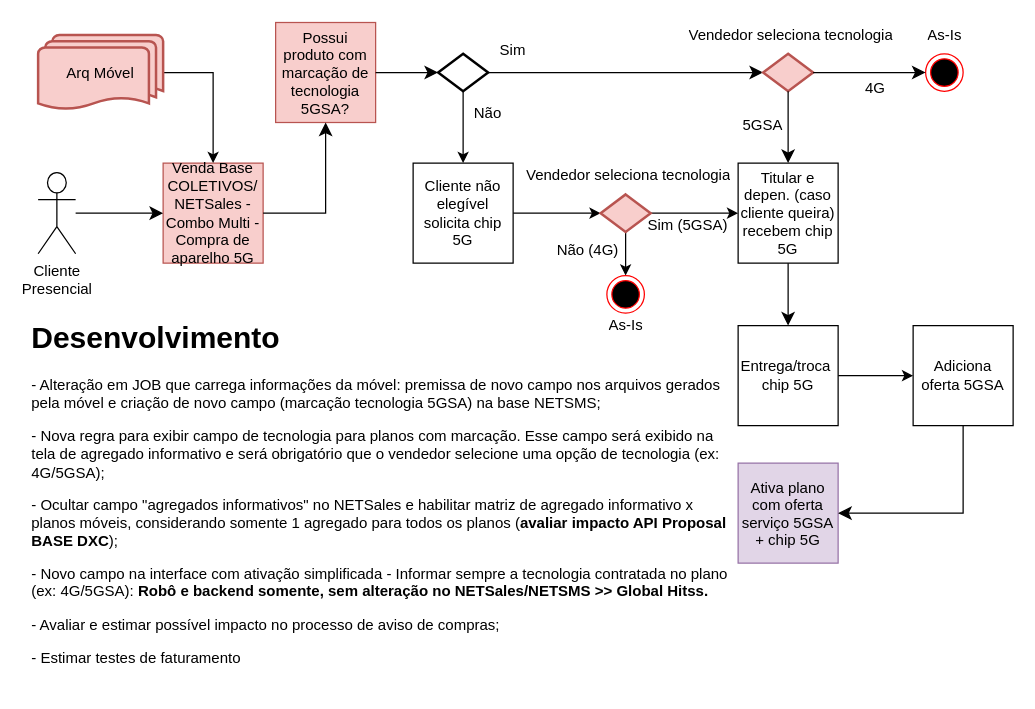
samirali/ClaroBrasil keeps this draw.io diagram as page "Venda Base NETSales" (3 of 4) of 5GSA v3.drawio. Above is the earlier version. Source tidied: cells renumbered, new cells numbered last; positions are measured from the earlier drawing's top-left corner, leaving out a move shared by most shapes. Both pictures are drawn from the tidied source at 125%, with x=0, y=0 at pixel (25, 22).
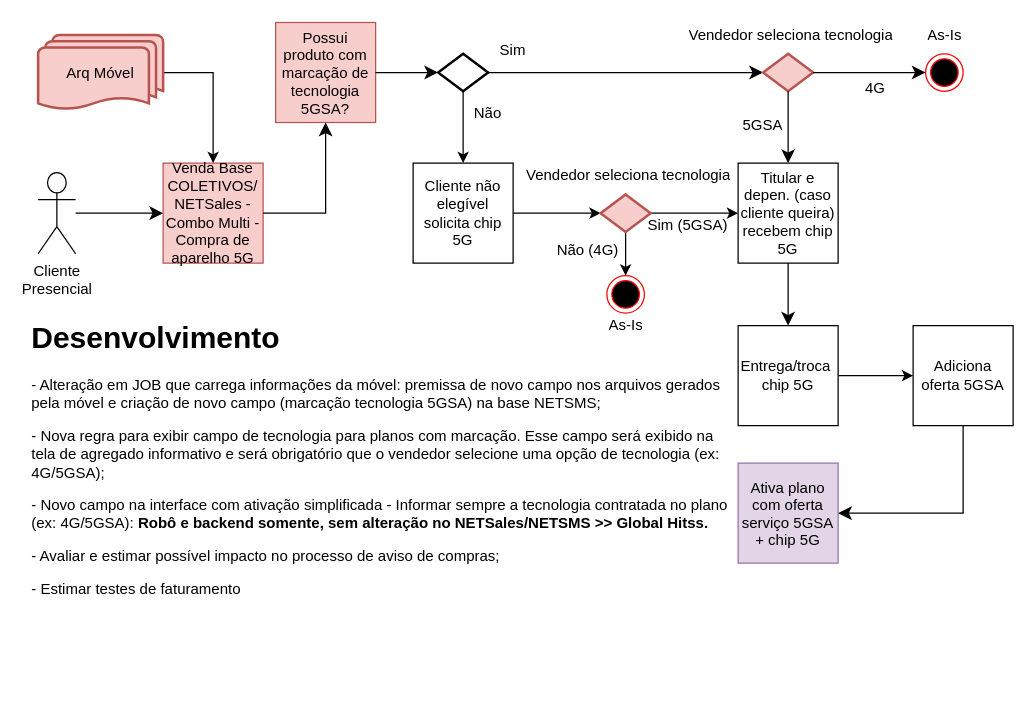
After the change.

Change to the diagram source:
```diff
@@
-    <mxCell id="38" value="&lt;h1&gt;&lt;span style=&quot;background-color: initial;&quot;&gt;&lt;font style=&quot;font-size: 24px;&quot;&gt;Desenvolvimento&lt;/font&gt;&lt;/span&gt;&lt;br&gt;&lt;/h1&gt;&lt;p style=&quot;border-color: var(--border-color);&quot;&gt;- Alteração em JOB que carrega informações da móvel: premissa de novo campo nos arquivos gerados pela móvel e criação de novo campo (marcação tecnologia 5GSA) na base NETSMS;&lt;/p&gt;&lt;p style=&quot;border-color: var(--border-color);&quot;&gt;- Nova regra para exibir campo de tecnologia para planos com marcação. Esse campo será exibido na tela de agregado informativo e será obrigatório que o vendedor selecione uma opção de tecnologia (ex: 4G/5GSA);&lt;/p&gt;&lt;p style=&quot;border-color: var(--border-color);&quot;&gt;- Ocultar campo &quot;agregados informativos&quot; no NETSales e habilitar matriz de agregado informativo x planos móveis, considerando somente 1 agregado para todos os planos (&lt;b&gt;a&lt;/b&gt;&lt;b style=&quot;border-color: var(--border-color);&quot;&gt;valiar impacto API Proposal BASE DXC&lt;/b&gt;);&lt;/p&gt;&lt;p style=&quot;border-color: var(--border-color);&quot;&gt;- Novo campo na interface com ativação simplificada - Informar sempre a tecnologia contratada no plano (ex: 4G/5GSA):&amp;nbsp;&lt;b style=&quot;border-color: var(--border-color); background-color: initial;&quot;&gt;Robô e backend somente, sem alteração no NETSales/NETSMS &amp;gt;&amp;gt; Global Hitss.&lt;/b&gt;&lt;br style=&quot;border-color: var(--border-color);&quot;&gt;&lt;/p&gt;&lt;p style=&quot;border-color: var(--border-color);&quot;&gt;- Avaliar e estimar possível impacto no processo de aviso de compras;&lt;/p&gt;&lt;p style=&quot;border-color: var(--border-color);&quot;&gt;- Estimar testes de faturamento&lt;/p&gt;&lt;p style=&quot;border-color: var(--border-color);&quot;&gt;&lt;br style=&quot;border-color: var(--border-color);&quot;&gt;&lt;/p&gt;&lt;div style=&quot;border-color: var(--border-color);&quot;&gt;&lt;br style=&quot;border-color: var(--border-color);&quot;&gt;&lt;/div&gt;&lt;div&gt;&lt;br&gt;&lt;/div&gt;" style="text;html=1;strokeColor=none;fillColor=none;spacing=5;spacingTop=-20;whiteSpace=wrap;overflow=hidden;rounded=0;" parent="1" vertex="1">
+    <mxCell id="38" value="&lt;h1&gt;&lt;span style=&quot;background-color: initial;&quot;&gt;&lt;font style=&quot;font-size: 24px;&quot;&gt;Desenvolvimento&lt;/font&gt;&lt;/span&gt;&lt;br&gt;&lt;/h1&gt;&lt;p style=&quot;border-color: var(--border-color);&quot;&gt;- Alteração em JOB que carrega informações da móvel: premissa de novo campo nos arquivos gerados pela móvel e criação de novo campo (marcação tecnologia 5GSA) na base NETSMS;&lt;/p&gt;&lt;p style=&quot;border-color: var(--border-color);&quot;&gt;- Nova regra para exibir campo de tecnologia para planos com marcação. Esse campo será exibido na tela de agregado informativo e será obrigatório que o vendedor selecione uma opção de tecnologia (ex: 4G/5GSA);&lt;/p&gt;&lt;p style=&quot;border-color: var(--border-color);&quot;&gt;- Novo campo na interface com ativação simplificada - Informar sempre a tecnologia contratada no plano (ex: 4G/5GSA):&amp;nbsp;&lt;b style=&quot;border-color: var(--border-color); background-color: initial;&quot;&gt;Robô e backend somente, sem alteração no NETSales/NETSMS &amp;gt;&amp;gt; Global Hitss.&lt;/b&gt;&lt;br style=&quot;border-color: var(--border-color);&quot;&gt;&lt;/p&gt;&lt;p style=&quot;border-color: var(--border-color);&quot;&gt;- Avaliar e estimar possível impacto no processo de aviso de compras;&lt;/p&gt;&lt;p style=&quot;border-color: var(--border-color);&quot;&gt;- Estimar testes de faturamento&lt;/p&gt;&lt;p style=&quot;border-color: var(--border-color);&quot;&gt;&lt;br style=&quot;border-color: var(--border-color);&quot;&gt;&lt;/p&gt;&lt;div style=&quot;border-color: var(--border-color);&quot;&gt;&lt;br style=&quot;border-color: var(--border-color);&quot;&gt;&lt;/div&gt;&lt;div&gt;&lt;br&gt;&lt;/div&gt;" style="text;html=1;strokeColor=none;fillColor=none;spacing=5;spacingTop=-20;whiteSpace=wrap;overflow=hidden;rounded=0;" parent="1" vertex="1">
       <mxGeometry y="232" width="570" height="300" as="geometry" />
     </mxCell>
```
